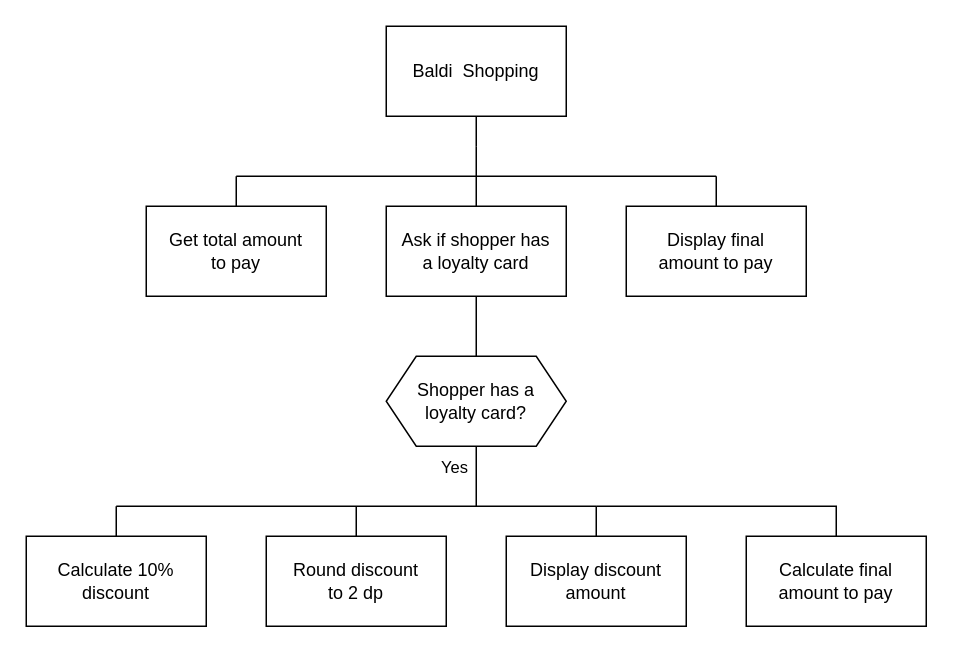
Earlier version of the draw.io diagram page "sd" (1 of 3) of n5-cs/sdd/N5-SDD-Shopping/assets/N5 SDD Shopping.drawio (MrFriendCS/MrFriendCS.github.io). Source tidied: cells renumbered, new cells numbered last; positions are measured from the earlier drawing's top-left corner, leaving out a move shared by most shapes. Both pictures are drawn from the tidied source at 150%, with x=0, y=0 at pixel (26, 26).
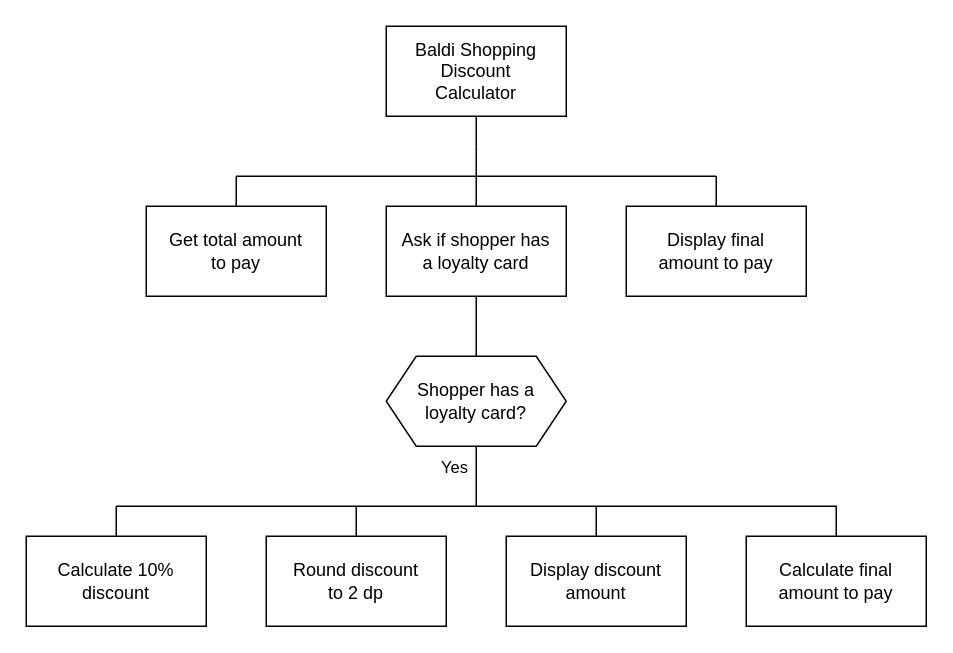
Above is the later version.

What changed in the source:
```diff
@@
-    <mxCell id="3" value="Baldi&amp;nbsp; Shopping" style="rounded=0;whiteSpace=wrap;html=1;" parent="1" vertex="1">
+    <mxCell id="3" value="Baldi Shopping&lt;div&gt;Discount&lt;/div&gt;&lt;div&gt;Calculator&lt;/div&gt;" style="rounded=0;whiteSpace=wrap;html=1;" parent="1" vertex="1">
       <mxGeometry x="240" width="120" height="60" as="geometry" />
     </mxCell>
```
